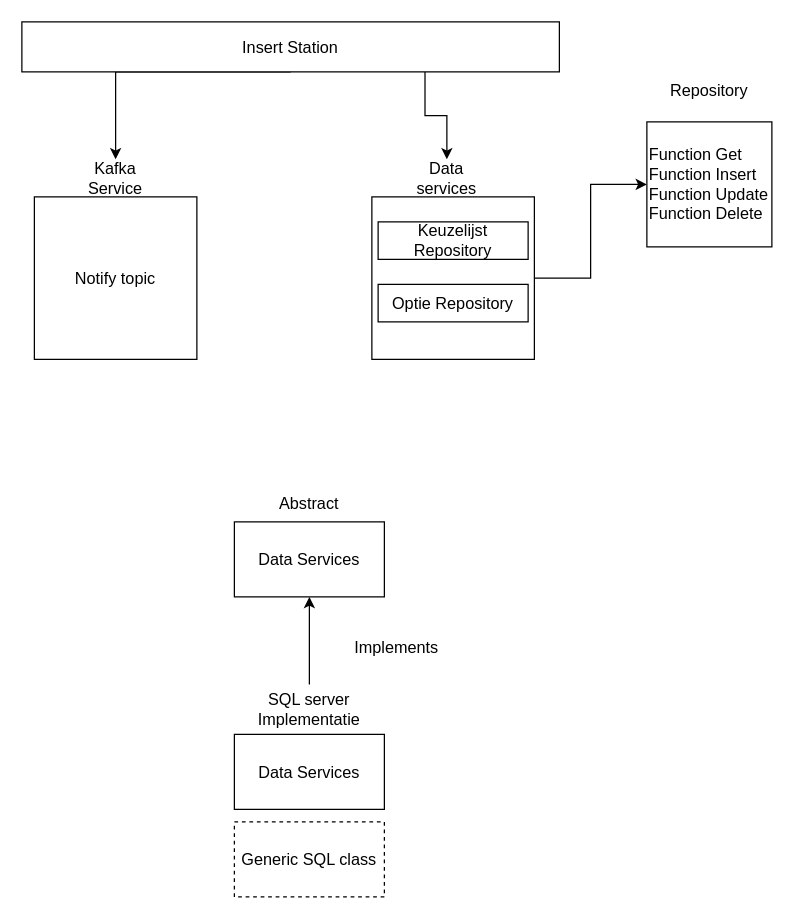
Above: page "Page-6" (6 of 6) of staticWeb/Untitled Diagram.drawio in eleemans/react2022 (draw.io), before the change. Source tidied: cells renumbered, new cells numbered last; positions are measured from the earlier drawing's top-left corner, leaving out a move shared by most shapes. Both pictures are drawn from the tidied source at 125%, with x=0, y=0 at pixel (21, 21).
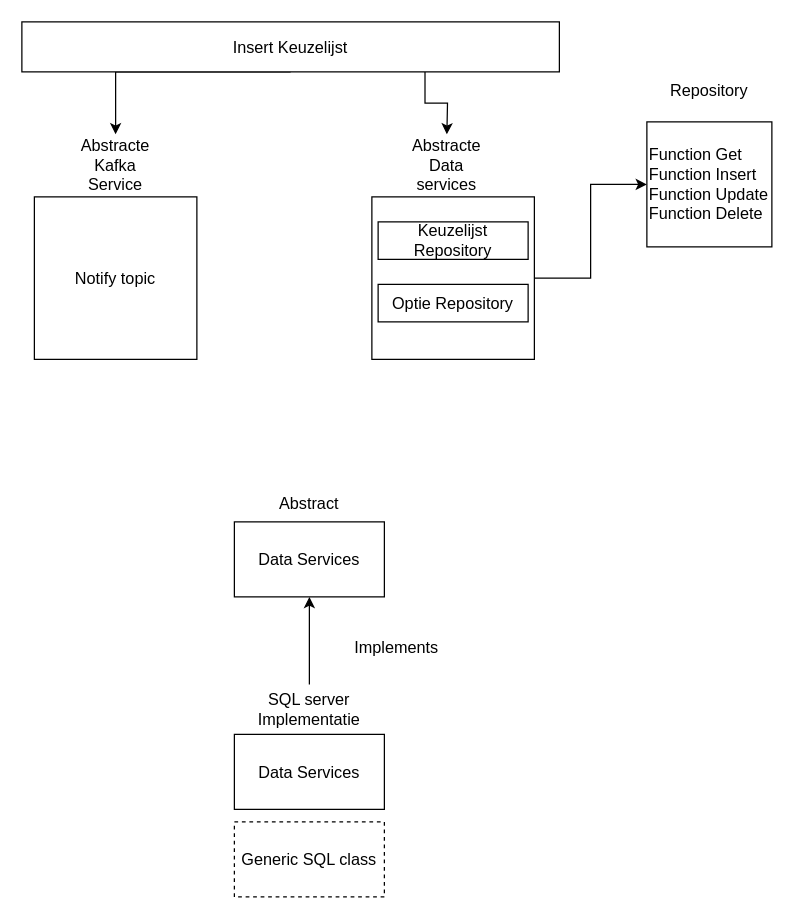
Above is the later version.

What changed in the source:
```diff
@@
-    <mxCell id="2" style="edgeStyle=orthogonalEdgeStyle;rounded=0;jettySize=auto;html=1;exitX=0.5;exitY=1;exitDx=0;exitDy=0;entryX=0.5;entryY=0;entryDx=0;entryDy=0;fontSize=13;startArrow=none;startFill=0;" parent="1" edge="1" source="4" target="8">
+    <mxCell id="2" style="edgeStyle=orthogonalEdgeStyle;rounded=0;jettySize=auto;html=1;exitX=0.5;exitY=1;exitDx=0;exitDy=0;fontSize=13;startArrow=none;startFill=0;" parent="1" edge="1" source="4">
       <mxGeometry relative="1" as="geometry">
+        <mxPoint x="75" y="90" as="targetPoint" />
         <Array as="points">
           <mxPoint x="75" y="40" />
         </Array>
       </mxGeometry>
     </mxCell>
-    <mxCell id="3" style="edgeStyle=orthogonalEdgeStyle;rounded=0;jettySize=auto;html=1;exitX=0.75;exitY=1;exitDx=0;exitDy=0;entryX=0.5;entryY=0;entryDx=0;entryDy=0;fontSize=13;startArrow=none;startFill=0;" parent="1" edge="1" source="4" target="9">
-      <mxGeometry relative="1" as="geometry" />
+    <mxCell id="3" style="edgeStyle=orthogonalEdgeStyle;rounded=0;jettySize=auto;html=1;exitX=0.75;exitY=1;exitDx=0;exitDy=0;fontSize=13;startArrow=none;startFill=0;" parent="1" edge="1" source="4">
+      <mxGeometry relative="1" as="geometry">
+        <mxPoint x="340" y="90" as="targetPoint" />
+      </mxGeometry>
     </mxCell>
-    <mxCell id="4" value="Insert Station" style="rounded=0;whiteSpace=wrap;html=1;fontSize=13;" parent="1" vertex="1">
+    <mxCell id="4" value="Insert Keuzelijst" style="rounded=0;whiteSpace=wrap;html=1;fontSize=13;" parent="1" vertex="1">
       <mxGeometry width="430" height="40" as="geometry" />
     </mxCell>
@@
-    <mxCell id="8" value="Kafka Service" style="text;html=1;strokeColor=none;fillColor=none;align=center;verticalAlign=middle;whiteSpace=wrap;rounded=0;fontSize=13;" parent="1" vertex="1">
-      <mxGeometry x="45" y="110" width="60" height="30" as="geometry" />
+    <mxCell id="8" value="Abstracte&lt;br&gt;Kafka Service" style="text;html=1;strokeColor=none;fillColor=none;align=center;verticalAlign=middle;whiteSpace=wrap;rounded=0;fontSize=13;" parent="1" vertex="1">
+      <mxGeometry x="45" y="100" width="60" height="30" as="geometry" />
     </mxCell>
+    <mxCell id="21" style="edgeStyle=orthogonalEdgeStyle;rounded=0;jettySize=auto;html=1;exitX=0.75;exitY=0;exitDx=0;exitDy=0;fontSize=13;fontColor=#000000;startArrow=none;startFill=0;" parent="1" edge="1" source="9">
+      <mxGeometry relative="1" as="geometry">
+        <mxPoint x="355" y="100" as="targetPoint" />
+      </mxGeometry>
+    </mxCell>
-    <mxCell id="9" value="Data services" style="text;html=1;strokeColor=none;fillColor=none;align=center;verticalAlign=middle;whiteSpace=wrap;rounded=0;fontSize=13;" parent="1" vertex="1">
-      <mxGeometry x="310" y="110" width="60" height="30" as="geometry" />
+    <mxCell id="9" value="Abstracte Data services" style="text;html=1;strokeColor=none;fillColor=none;align=center;verticalAlign=middle;whiteSpace=wrap;rounded=0;fontSize=13;" parent="1" vertex="1">
+      <mxGeometry x="310" y="100" width="60" height="30" as="geometry" />
     </mxCell>
```
